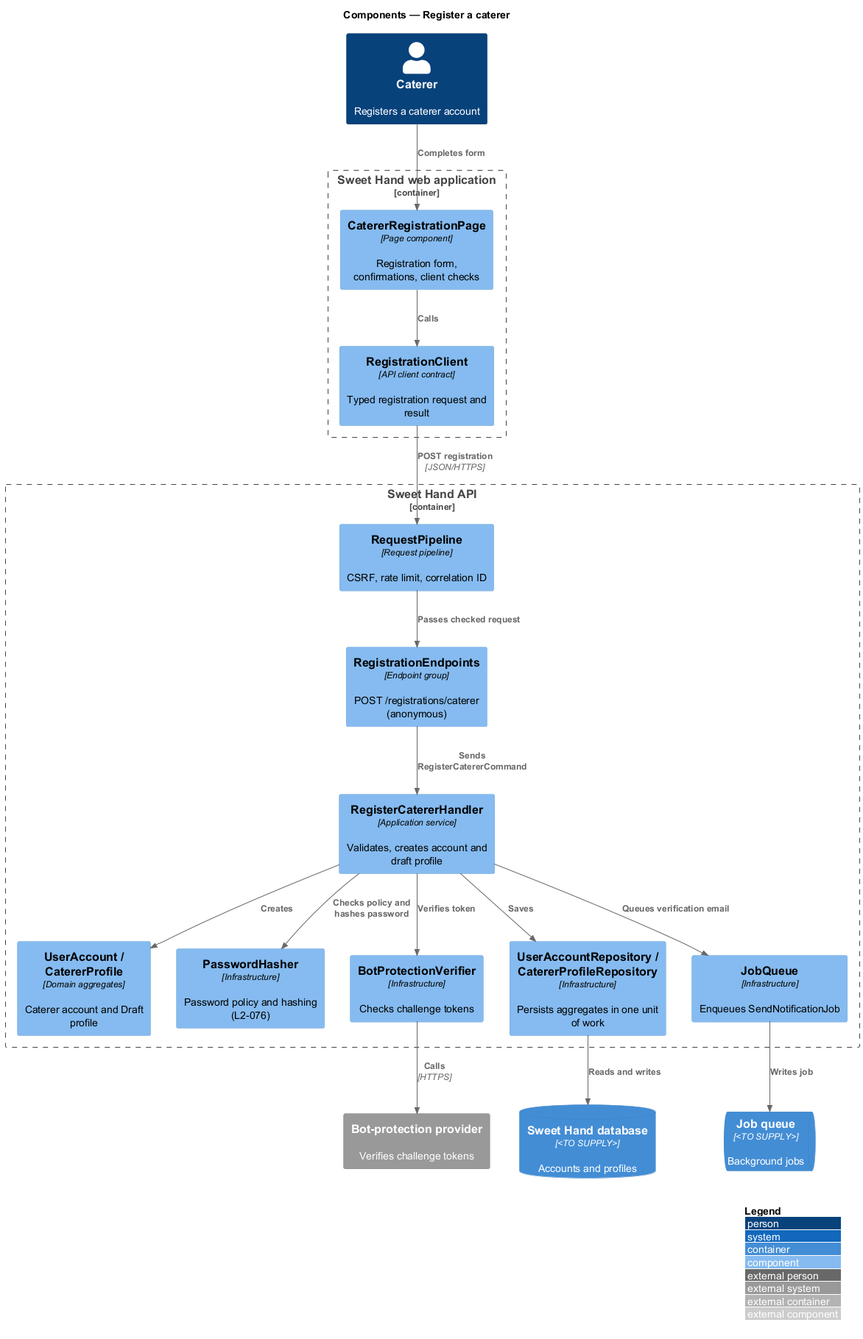
Above: docs/detailed-designs/caterer-profiles/register-caterer/diagrams/c4-component.png in QuinntyneBrown/sweet-hand (PlantUML), before the change.
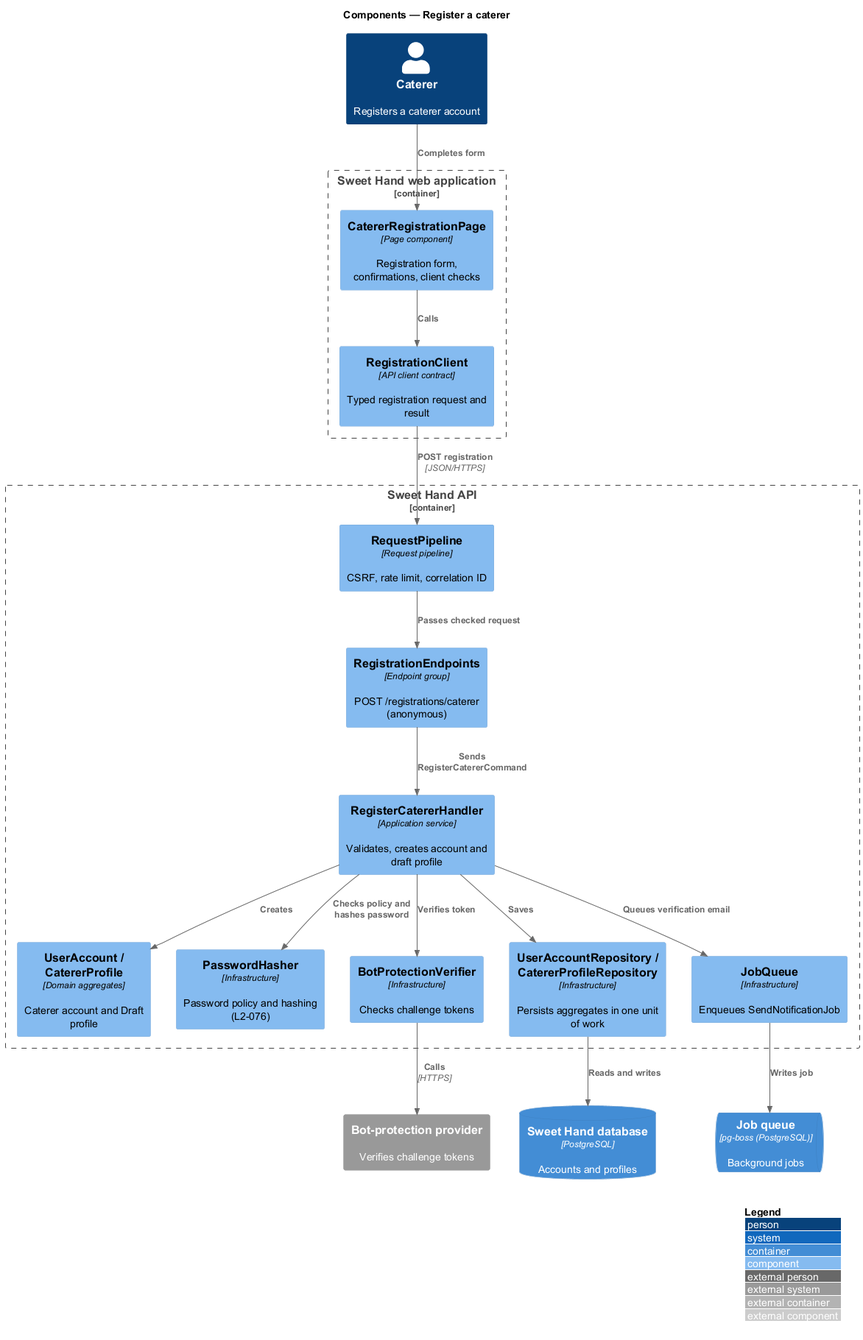
Above is the later version.

Diff of the diagram source:
```diff
@@ -18,8 +18,8 @@
   Component(repos, "UserAccountRepository / CatererProfileRepository", "Infrastructure", "Persists aggregates in one unit of work")
   Component(jobs, "JobQueue", "Infrastructure", "Enqueues SendNotificationJob")
 }
-ContainerDb(db, "Sweet Hand database", "<TO SUPPLY>", "Accounts and profiles")
-ContainerQueue(queue, "Job queue", "<TO SUPPLY>", "Background jobs")
+ContainerDb(db, "Sweet Hand database", "PostgreSQL", "Accounts and profiles")
+ContainerQueue(queue, "Job queue", "pg-boss (PostgreSQL)", "Background jobs")
 System_Ext(bot, "Bot-protection provider", "Verifies challenge tokens")
 
 Rel(caterer, page, "Completes form")
```
